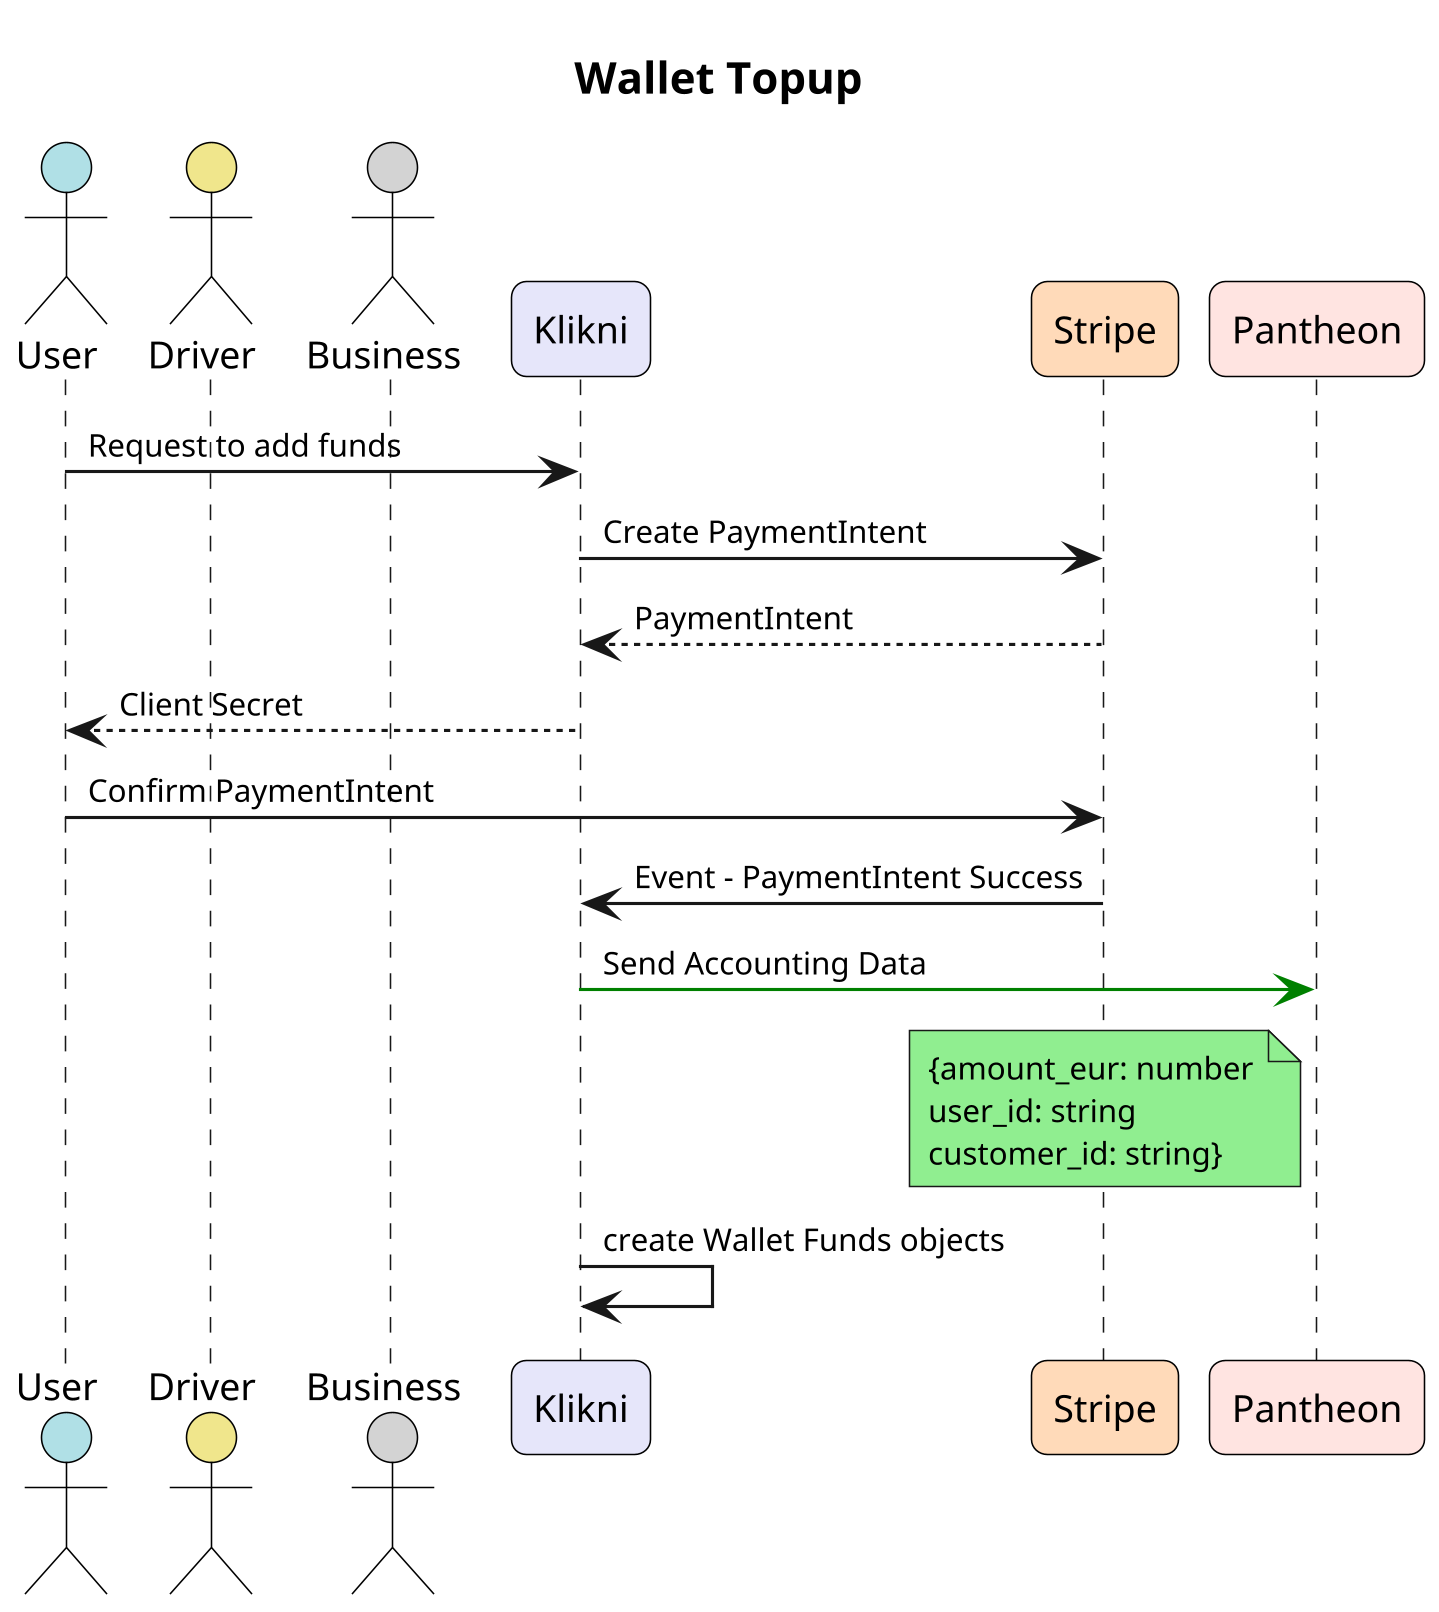
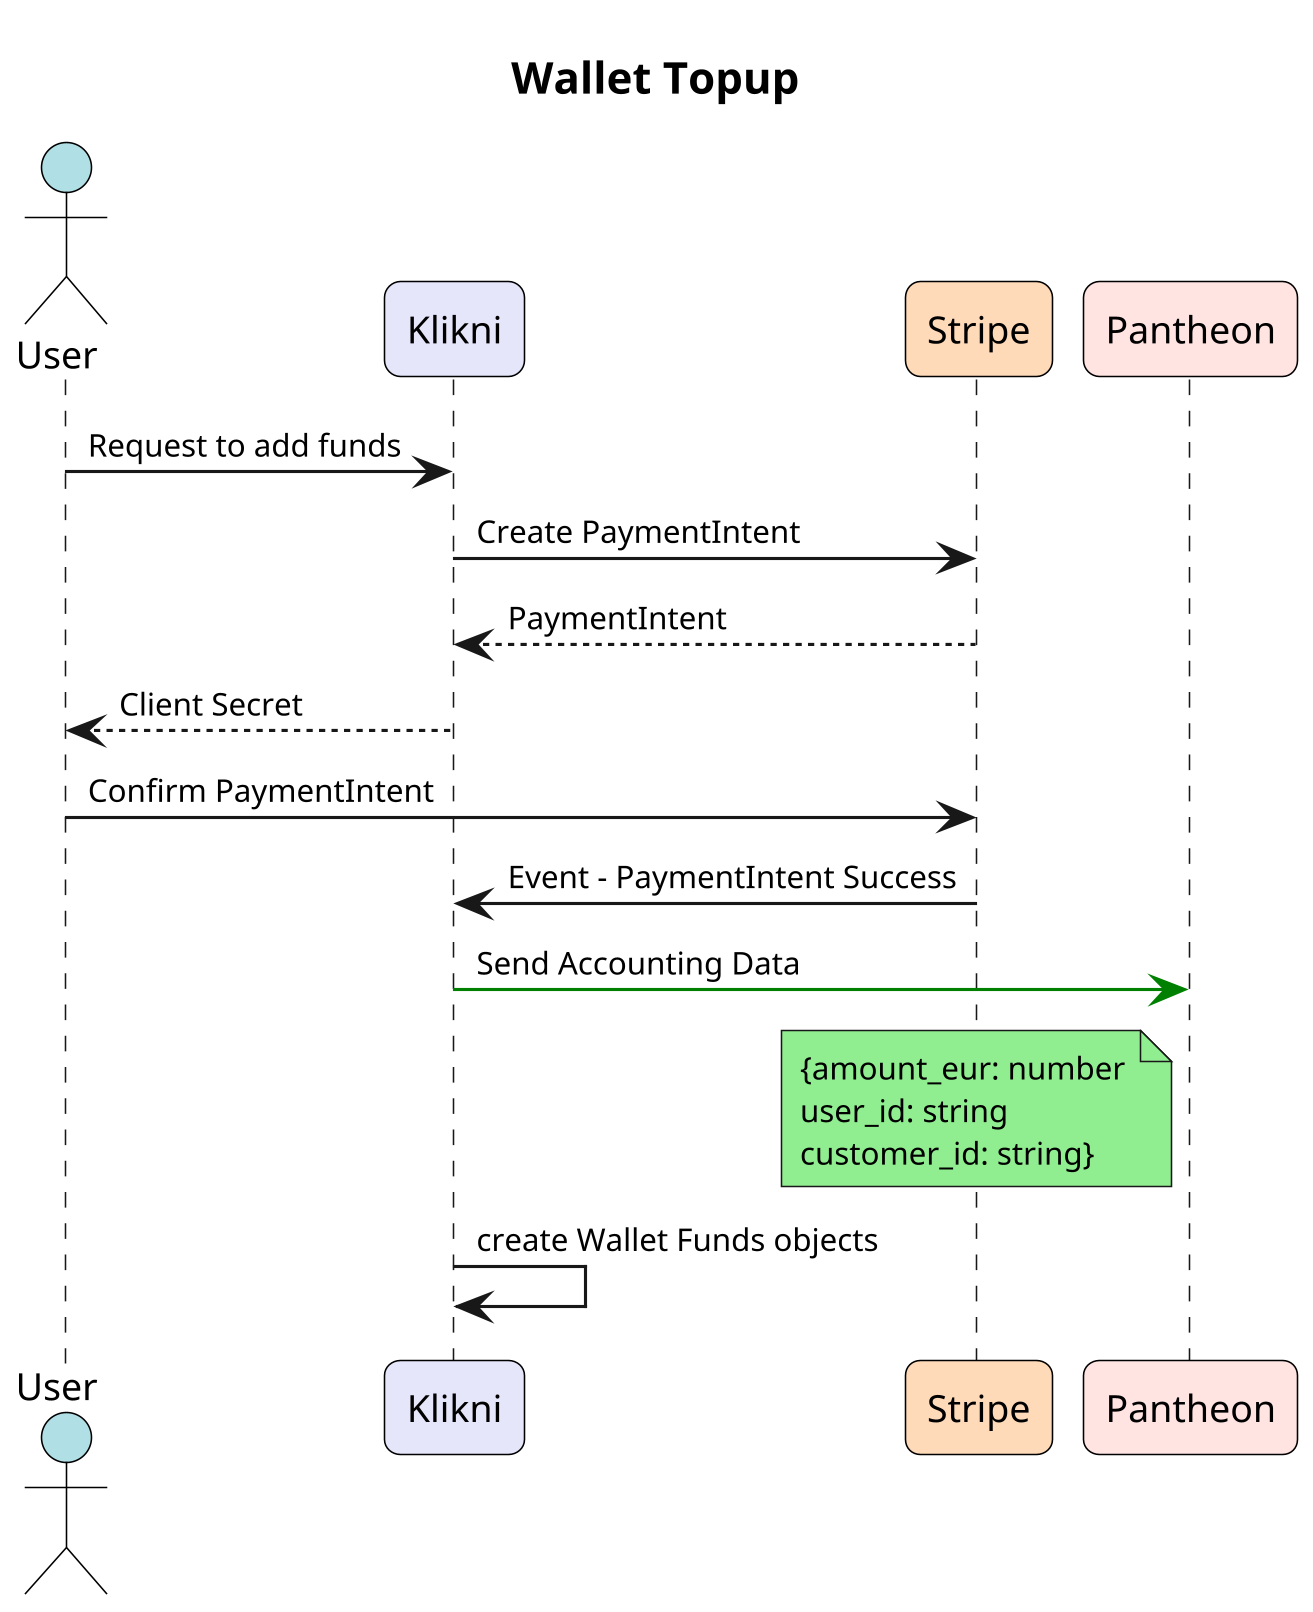
@startuml Klikni_Sequence_Diagram
title Wallet Topup

' === Page / Resolution ===
skinparam dpi 300
skinparam pageWidth 2100
' skinparam pageHeight 1485

' === Compact Sequence Styling ===
skinparam defaultFontSize 10
skinparam sequence {
    MessageSpacing 15
    ParticipantSpacing 50
}

' === Actor / Participant Styling ===
skinparam actor {
    FontName Arial
    FontSize 12
    BorderColor Black
    BackgroundColor #ADD8E6
    RoundCorner 10
    MinWidth 120
    MinHeight 120
}

skinparam participant {
    FontName Arial
    FontSize 12
    BorderColor Black
    RoundCorner 10
    MinWidth 140
    MinHeight 100
}

' === Participant Colors ===
' Use stereotypes for coloring specific entities
actor User as user #B0E0E6
- actor Driver as driver #F0E68C
- actor Business as business #D3D3D3
participant Klikni as klikni #E6E6FA
participant Stripe as stripe #FFDAB9
participant Pantheon as pantheon #FFE4E1

' === Sequence ===
user -> klikni: Request to add funds
klikni -> stripe: Create PaymentIntent
klikni <-- stripe: PaymentIntent
user <-- klikni: Client Secret
user -> stripe: Confirm PaymentIntent
klikni <- stripe: Event - PaymentIntent Success



klikni -[#green]> pantheon: Send Accounting Data
note left of pantheon #LightGreen
{amount_eur: number
user_id: string
customer_id: string}
end note
' klikni <-- pantheon: response
klikni -> klikni: create Wallet Funds objects

@enduml
